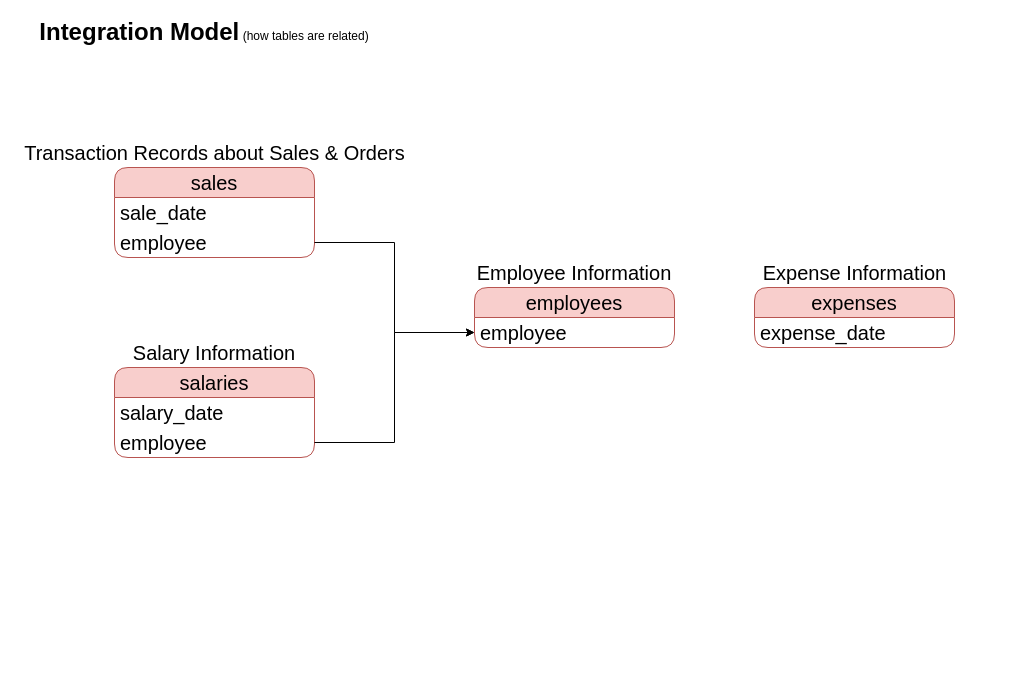
The draw.io diagram Data Engineer Projects/Sales Data Warehouse/docs/Data Integration Model.drawio in marthag0311/Projects, before the edit. Source tidied: cells renumbered, new cells numbered last; positions are measured from the earlier drawing's top-left corner, leaving out a move shared by most shapes. Both pictures are drawn from the tidied source at 100%, with x=0, y=0 at pixel (16, 17).
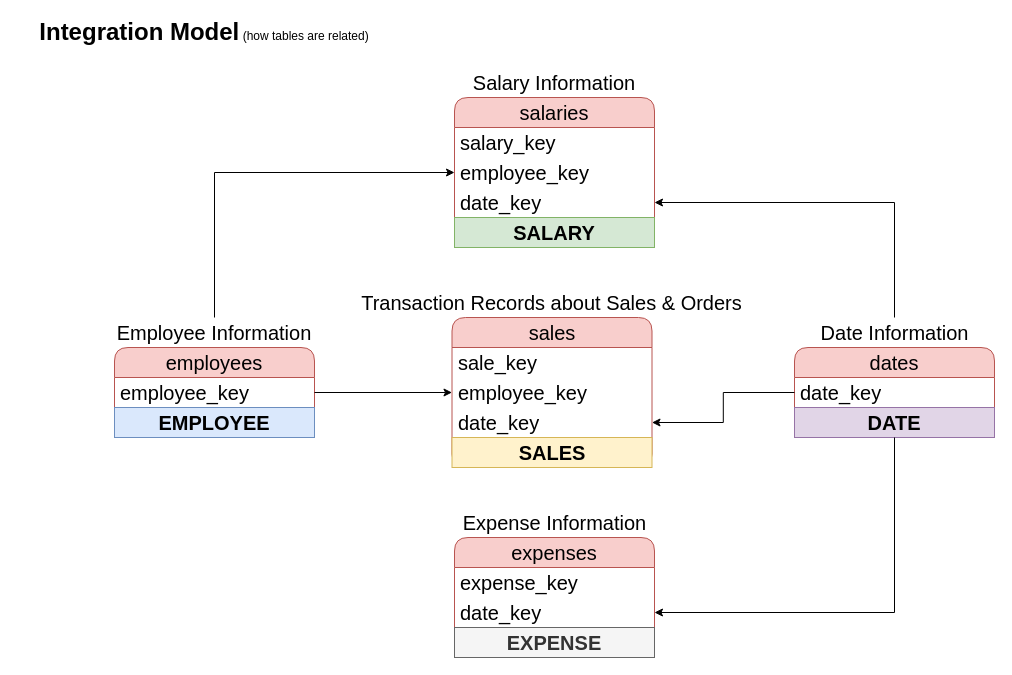
The same diagram, later.

Change to the diagram source:
```diff
@@
     <mxCell id="3" value="sales" style="swimlane;fontStyle=0;horizontal=1;startSize=30;whiteSpace=wrap;html=1;rounded=1;fillColor=#f8cecc;strokeColor=#b85450;fontSize=20;" parent="1" vertex="1">
-      <mxGeometry x="98" y="150" width="200" height="90" as="geometry" />
+      <mxGeometry x="435.5" y="300" width="200" height="150" as="geometry" />
     </mxCell>
-    <mxCell id="4" value="sale_date" style="text;strokeColor=none;fillColor=none;align=left;verticalAlign=middle;spacingLeft=4;spacingRight=4;overflow=hidden;whiteSpace=wrap;html=1;fontSize=20;" parent="3" vertex="1">
+    <mxCell id="4" value="sale_key" style="text;strokeColor=none;fillColor=none;align=left;verticalAlign=middle;spacingLeft=4;spacingRight=4;overflow=hidden;whiteSpace=wrap;html=1;fontSize=20;" parent="3" vertex="1">
       <mxGeometry y="30" width="200" height="30" as="geometry" />
     </mxCell>
+    <mxCell id="19" value="employee_key" style="text;strokeColor=none;fillColor=none;align=left;verticalAlign=middle;spacingLeft=4;spacingRight=4;overflow=hidden;points=[[0,0.5],[1,0.5]];portConstraint=eastwest;whiteSpace=wrap;html=1;fontSize=20;" parent="3" vertex="1">
+      <mxGeometry y="60" width="200" height="30" as="geometry" />
+    </mxCell>
-    <mxCell id="5" value="employee" style="text;strokeColor=none;fillColor=none;align=left;verticalAlign=middle;spacingLeft=4;spacingRight=4;overflow=hidden;points=[[0,0.5],[1,0.5]];portConstraint=eastwest;whiteSpace=wrap;html=1;fontSize=20;" parent="3" vertex="1">
-      <mxGeometry y="60" width="200" height="30" as="geometry" />
+    <mxCell id="5" value="date_key" style="text;strokeColor=none;fillColor=none;align=left;verticalAlign=middle;spacingLeft=4;spacingRight=4;overflow=hidden;points=[[0,0.5],[1,0.5]];portConstraint=eastwest;whiteSpace=wrap;html=1;fontSize=20;" parent="3" vertex="1">
+      <mxGeometry y="90" width="200" height="30" as="geometry" />
     </mxCell>
+    <mxCell id="20" value="&lt;font style=&quot;font-size: 20px;&quot;&gt;&lt;b&gt;SALES&lt;/b&gt;&lt;/font&gt;" style="text;html=1;strokeColor=#d6b656;fillColor=#fff2cc;align=center;verticalAlign=middle;whiteSpace=wrap;overflow=hidden;" parent="3" vertex="1">
+      <mxGeometry y="120" width="200" height="30" as="geometry" />
+    </mxCell>
     <mxCell id="6" value="&lt;font style=&quot;font-size: 20px;&quot;&gt;Transaction Records about Sales &amp;amp; Orders&lt;/font&gt;" style="text;html=1;align=center;verticalAlign=middle;whiteSpace=wrap;rounded=0;" parent="1" vertex="1">
-      <mxGeometry x="0.5" y="120" width="395" height="30" as="geometry" />
+      <mxGeometry x="338" y="270" width="395" height="30" as="geometry" />
     </mxCell>
     <mxCell id="7" value="expenses" style="swimlane;fontStyle=0;horizontal=1;startSize=30;whiteSpace=wrap;html=1;rounded=1;fillColor=#f8cecc;strokeColor=#b85450;fontSize=20;" parent="1" vertex="1">
-      <mxGeometry x="738" y="270" width="200" height="60" as="geometry" />
+      <mxGeometry x="438" y="520" width="200" height="120" as="geometry" />
     </mxCell>
+    <mxCell id="21" value="expense_key" style="text;strokeColor=none;fillColor=none;align=left;verticalAlign=middle;spacingLeft=4;spacingRight=4;overflow=hidden;whiteSpace=wrap;html=1;fontSize=20;" parent="7" vertex="1">
+      <mxGeometry y="30" width="200" height="30" as="geometry" />
+    </mxCell>
-    <mxCell id="8" value="expense_date" style="text;strokeColor=none;fillColor=none;align=left;verticalAlign=middle;spacingLeft=4;spacingRight=4;overflow=hidden;points=[[0,0.5],[1,0.5]];portConstraint=eastwest;whiteSpace=wrap;html=1;fontSize=20;" parent="7" vertex="1">
-      <mxGeometry y="30" width="200" height="30" as="geometry" />
+    <mxCell id="8" value="date_key" style="text;strokeColor=none;fillColor=none;align=left;verticalAlign=middle;spacingLeft=4;spacingRight=4;overflow=hidden;points=[[0,0.5],[1,0.5]];portConstraint=eastwest;whiteSpace=wrap;html=1;fontSize=20;" parent="7" vertex="1">
+      <mxGeometry y="60" width="200" height="30" as="geometry" />
     </mxCell>
+    <mxCell id="22" value="&lt;font style=&quot;font-size: 20px;&quot;&gt;&lt;b&gt;EXPENSE&lt;/b&gt;&lt;/font&gt;" style="text;html=1;strokeColor=#666666;fillColor=#f5f5f5;align=center;verticalAlign=middle;whiteSpace=wrap;overflow=hidden;fontColor=#333333;" parent="7" vertex="1">
+      <mxGeometry y="90" width="200" height="30" as="geometry" />
+    </mxCell>
     <mxCell id="9" value="&lt;font style=&quot;font-size: 20px;&quot;&gt;Expense Information&lt;/font&gt;" style="text;html=1;align=center;verticalAlign=middle;whiteSpace=wrap;rounded=0;" parent="1" vertex="1">
-      <mxGeometry x="740.5" y="240" width="195" height="30" as="geometry" />
+      <mxGeometry x="440.5" y="490" width="195" height="30" as="geometry" />
     </mxCell>
     <mxCell id="10" value="salaries" style="swimlane;fontStyle=0;horizontal=1;startSize=30;whiteSpace=wrap;html=1;rounded=1;fillColor=#f8cecc;strokeColor=#b85450;fontSize=20;" parent="1" vertex="1">
-      <mxGeometry x="98" y="350" width="200" height="90" as="geometry" />
+      <mxGeometry x="438" y="80" width="200" height="150" as="geometry" />
     </mxCell>
-    <mxCell id="11" value="salary_date" style="text;strokeColor=none;fillColor=none;align=left;verticalAlign=middle;spacingLeft=4;spacingRight=4;overflow=hidden;whiteSpace=wrap;html=1;fontSize=20;" parent="10" vertex="1">
+    <mxCell id="11" value="salary_key" style="text;strokeColor=none;fillColor=none;align=left;verticalAlign=middle;spacingLeft=4;spacingRight=4;overflow=hidden;whiteSpace=wrap;html=1;fontSize=20;" parent="10" vertex="1">
       <mxGeometry y="30" width="200" height="30" as="geometry" />
     </mxCell>
+    <mxCell id="23" value="employee_key" style="text;strokeColor=none;fillColor=none;align=left;verticalAlign=middle;spacingLeft=4;spacingRight=4;overflow=hidden;points=[[0,0.5],[1,0.5]];portConstraint=eastwest;whiteSpace=wrap;html=1;fontSize=20;" parent="10" vertex="1">
+      <mxGeometry y="60" width="200" height="30" as="geometry" />
+    </mxCell>
-    <mxCell id="12" value="employee" style="text;strokeColor=none;fillColor=none;align=left;verticalAlign=middle;spacingLeft=4;spacingRight=4;overflow=hidden;points=[[0,0.5],[1,0.5]];portConstraint=eastwest;whiteSpace=wrap;html=1;fontSize=20;" parent="10" vertex="1">
-      <mxGeometry y="60" width="200" height="30" as="geometry" />
+    <mxCell id="12" value="date_key" style="text;strokeColor=none;fillColor=none;align=left;verticalAlign=middle;spacingLeft=4;spacingRight=4;overflow=hidden;points=[[0,0.5],[1,0.5]];portConstraint=eastwest;whiteSpace=wrap;html=1;fontSize=20;" parent="10" vertex="1">
+      <mxGeometry y="90" width="200" height="30" as="geometry" />
     </mxCell>
+    <mxCell id="24" value="&lt;font style=&quot;font-size: 20px;&quot;&gt;&lt;b&gt;SALARY&lt;/b&gt;&lt;/font&gt;" style="text;html=1;strokeColor=#82b366;fillColor=#d5e8d4;align=center;verticalAlign=middle;whiteSpace=wrap;overflow=hidden;" parent="10" vertex="1">
+      <mxGeometry y="120" width="200" height="30" as="geometry" />
+    </mxCell>
     <mxCell id="13" value="&lt;font style=&quot;font-size: 20px;&quot;&gt;Salary Information&lt;/font&gt;" style="text;html=1;align=center;verticalAlign=middle;whiteSpace=wrap;rounded=0;" parent="1" vertex="1">
-      <mxGeometry x="113" y="320" width="170" height="30" as="geometry" />
+      <mxGeometry x="453" y="50" width="170" height="30" as="geometry" />
     </mxCell>
     <mxCell id="14" value="employees" style="swimlane;fontStyle=0;horizontal=1;startSize=30;whiteSpace=wrap;html=1;rounded=1;fillColor=#f8cecc;strokeColor=#b85450;fontSize=20;" parent="1" vertex="1">
-      <mxGeometry x="458" y="270" width="200" height="60" as="geometry" />
+      <mxGeometry x="98" y="330" width="200" height="90" as="geometry" />
     </mxCell>
-    <mxCell id="15" value="employee" style="text;strokeColor=none;fillColor=none;align=left;verticalAlign=middle;spacingLeft=4;spacingRight=4;overflow=hidden;points=[[0,0.5],[1,0.5]];portConstraint=eastwest;whiteSpace=wrap;html=1;fontSize=20;" parent="14" vertex="1">
+    <mxCell id="15" value="employee_key" style="text;strokeColor=none;fillColor=none;align=left;verticalAlign=middle;spacingLeft=4;spacingRight=4;overflow=hidden;points=[[0,0.5],[1,0.5]];portConstraint=eastwest;whiteSpace=wrap;html=1;fontSize=20;" parent="14" vertex="1">
       <mxGeometry y="30" width="200" height="30" as="geometry" />
     </mxCell>
+    <mxCell id="25" value="&lt;font style=&quot;font-size: 20px;&quot;&gt;&lt;b&gt;EMPLOYEE&lt;/b&gt;&lt;/font&gt;" style="text;html=1;strokeColor=#6c8ebf;fillColor=#dae8fc;align=center;verticalAlign=middle;whiteSpace=wrap;overflow=hidden;" parent="14" vertex="1">
+      <mxGeometry y="60" width="200" height="30" as="geometry" />
+    </mxCell>
+    <mxCell id="26" style="edgeStyle=orthogonalEdgeStyle;rounded=0;jettySize=auto;html=1;entryX=0;entryY=0.5;entryDx=0;entryDy=0;" parent="1" edge="1" source="16" target="23">
+      <mxGeometry relative="1" as="geometry" />
+    </mxCell>
     <mxCell id="16" value="&lt;font style=&quot;font-size: 20px;&quot;&gt;Employee Information&lt;/font&gt;" style="text;html=1;align=center;verticalAlign=middle;whiteSpace=wrap;rounded=0;" parent="1" vertex="1">
-      <mxGeometry x="458" y="240" width="200" height="30" as="geometry" />
+      <mxGeometry x="98" y="300" width="200" height="30" as="geometry" />
     </mxCell>
-    <mxCell id="17" style="edgeStyle=orthogonalEdgeStyle;rounded=0;jettySize=auto;html=1;entryX=0;entryY=0.5;entryDx=0;entryDy=0;" parent="1" edge="1" source="5" target="15">
-      <mxGeometry relative="1" as="geometry" />
-    </mxCell>
-    <mxCell id="18" style="edgeStyle=orthogonalEdgeStyle;rounded=0;jettySize=auto;html=1;entryX=0;entryY=0.5;entryDx=0;entryDy=0;" parent="1" edge="1" source="12" target="15">
-      <mxGeometry relative="1" as="geometry" />
-    </mxCell>
+    <mxCell id="27" value="dates" style="swimlane;fontStyle=0;horizontal=1;startSize=30;whiteSpace=wrap;html=1;rounded=1;fillColor=#f8cecc;strokeColor=#b85450;fontSize=20;" parent="1" vertex="1">
+      <mxGeometry x="778" y="330" width="200" height="90" as="geometry" />
+    </mxCell>
+    <mxCell id="28" value="date_key" style="text;strokeColor=none;fillColor=none;align=left;verticalAlign=middle;spacingLeft=4;spacingRight=4;overflow=hidden;points=[[0,0.5],[1,0.5]];portConstraint=eastwest;whiteSpace=wrap;html=1;fontSize=20;" parent="27" vertex="1">
+      <mxGeometry y="30" width="200" height="30" as="geometry" />
+    </mxCell>
+    <mxCell id="29" value="&lt;font style=&quot;font-size: 20px;&quot;&gt;&lt;b&gt;DATE&lt;/b&gt;&lt;/font&gt;" style="text;html=1;strokeColor=#9673a6;fillColor=#e1d5e7;align=center;verticalAlign=middle;whiteSpace=wrap;overflow=hidden;" parent="27" vertex="1">
+      <mxGeometry y="60" width="200" height="30" as="geometry" />
+    </mxCell>
+    <mxCell id="30" style="edgeStyle=orthogonalEdgeStyle;rounded=0;jettySize=auto;html=1;entryX=1;entryY=0.5;entryDx=0;entryDy=0;" parent="1" edge="1" source="31" target="12">
+      <mxGeometry relative="1" as="geometry" />
+    </mxCell>
+    <mxCell id="31" value="&lt;font style=&quot;font-size: 20px;&quot;&gt;Date Information&lt;/font&gt;" style="text;html=1;align=center;verticalAlign=middle;whiteSpace=wrap;rounded=0;" parent="1" vertex="1">
+      <mxGeometry x="780.5" y="300" width="195" height="30" as="geometry" />
+    </mxCell>
+    <mxCell id="32" style="edgeStyle=orthogonalEdgeStyle;rounded=0;jettySize=auto;html=1;entryX=1;entryY=0.5;entryDx=0;entryDy=0;" parent="1" edge="1" source="28" target="5">
+      <mxGeometry relative="1" as="geometry" />
+    </mxCell>
+    <mxCell id="33" style="edgeStyle=orthogonalEdgeStyle;rounded=0;jettySize=auto;html=1;" parent="1" edge="1" source="29" target="8">
+      <mxGeometry relative="1" as="geometry" />
+    </mxCell>
+    <mxCell id="34" style="edgeStyle=orthogonalEdgeStyle;rounded=0;jettySize=auto;html=1;entryX=0;entryY=0.5;entryDx=0;entryDy=0;" parent="1" edge="1" source="15" target="19">
+      <mxGeometry relative="1" as="geometry" />
+    </mxCell>
```
